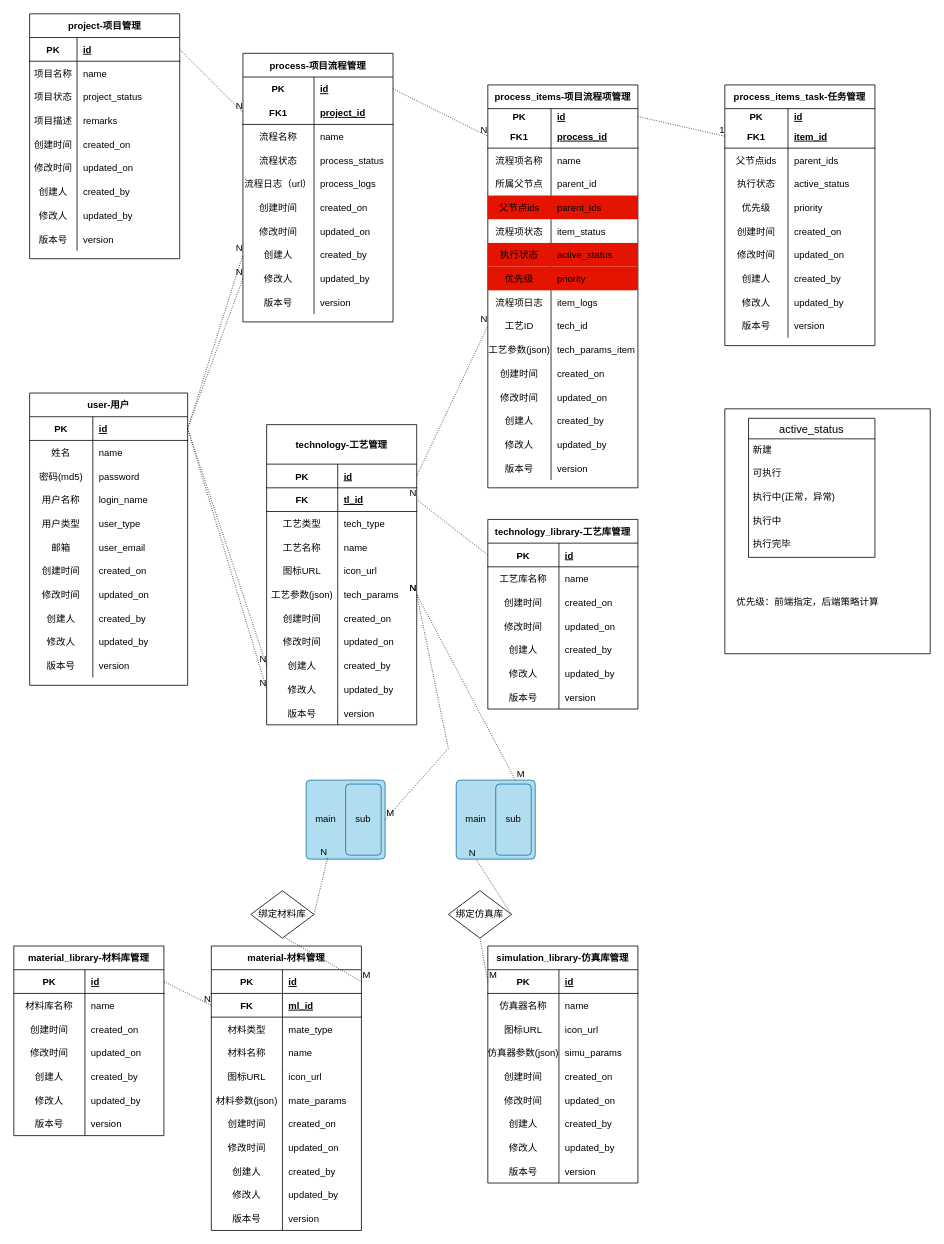
yezhen701/VTCAD keeps this draw.io diagram as doc/webVTCadDatabase.drawio. Above is the earlier version. Source tidied: cells renumbered, new cells numbered last; positions are measured from the earlier drawing's top-left corner, leaving out a move shared by most shapes. Both pictures are drawn from the tidied source at 79%, with x=0, y=0 at pixel (13, 13).
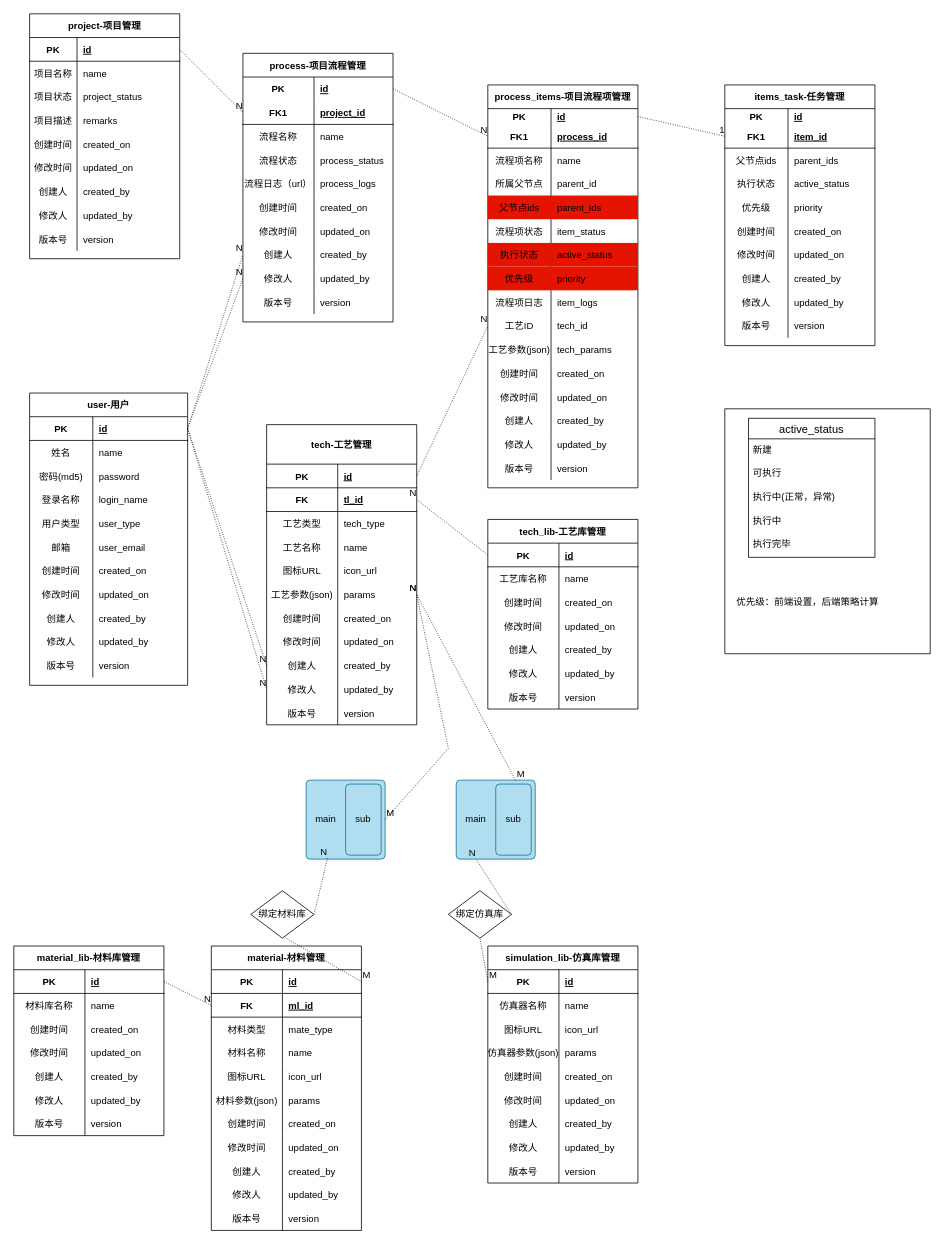
The same diagram, later.

Unchanged cells that the change refers to:
```xml
<mxCell id="12" style="shape=partialRectangle;fillColor=none;top=0;left=0;bottom=0;right=0;" parent="2" vertex="1">
  <mxGeometry y="120" width="200" height="30" as="geometry" />
</mxCell>
<mxCell id="80" style="shape=partialRectangle;fillColor=none;top=0;left=0;bottom=0;right=0;" parent="64" vertex="1">
  <mxGeometry y="180" width="190" height="30" as="geometry" />
</mxCell>
<mxCell id="114" style="shape=partialRectangle;fillColor=none;top=0;left=0;bottom=0;right=0;points=[[0,0.5],[1,0.5]];portConstraint=eastwest;" parent="98" vertex="1">
  <mxGeometry y="200" width="190" height="30" as="geometry" />
</mxCell>
<mxCell id="142" style="shape=partialRectangle;fillColor=none;top=0;left=0;bottom=0;right=0;" parent="132" vertex="1">
  <mxGeometry y="120" width="190" height="30" as="geometry" />
</mxCell>
<mxCell id="191" style="shape=partialRectangle;fillColor=none;top=0;left=0;bottom=0;right=0;" parent="160" vertex="1">
  <mxGeometry y="320" width="190" height="30" as="geometry" />
</mxCell>
<mxCell id="302" style="swimlane;startSize=0;" parent="1" vertex="1">
  <mxGeometry x="900" y="500" width="260" height="310" as="geometry" />
</mxCell>
```

The edit, as a diff of the source:
```diff
@@
-    <mxCell id="13" value="用户名称" style="shape=partialRectangle;fillColor=none;top=0;left=0;bottom=0;right=0;overflow=hidden;" parent="12" vertex="1">
+    <mxCell id="13" value="登录名称" style="shape=partialRectangle;fillColor=none;top=0;left=0;bottom=0;right=0;overflow=hidden;" parent="12" vertex="1">
       <mxGeometry width="80" height="30" as="geometry" />
     </mxCell>
@@
-    <mxCell id="82" value="mate_params" style="shape=partialRectangle;fillColor=none;top=0;left=0;bottom=0;right=0;align=left;spacingLeft=6;overflow=hidden;" parent="80" vertex="1">
+    <mxCell id="82" value="params" style="shape=partialRectangle;fillColor=none;top=0;left=0;bottom=0;right=0;align=left;spacingLeft=6;overflow=hidden;" parent="80" vertex="1">
       <mxGeometry x="90" width="100" height="30" as="geometry" />
     </mxCell>
@@
-    <mxCell id="98" value="technology-工艺管理" style="shape=table;startSize=50;childLayout=tableLayout;rowLines=0;fontStyle=1;align=center;" parent="1" vertex="1">
+    <mxCell id="98" value="tech-工艺管理" style="shape=table;startSize=50;childLayout=tableLayout;rowLines=0;fontStyle=1;align=center;" parent="1" vertex="1">
       <mxGeometry x="320" y="520" width="190" height="380" as="geometry" />
     </mxCell>
@@
-    <mxCell id="116" value="tech_params" style="shape=partialRectangle;fillColor=none;top=0;left=0;bottom=0;right=0;align=left;spacingLeft=6;overflow=hidden;" parent="114" vertex="1">
+    <mxCell id="116" value="params" style="shape=partialRectangle;fillColor=none;top=0;left=0;bottom=0;right=0;align=left;spacingLeft=6;overflow=hidden;" parent="114" vertex="1">
       <mxGeometry x="90" width="100" height="30" as="geometry" />
     </mxCell>
@@
-    <mxCell id="132" value="simulation_library-仿真库管理" style="shape=table;startSize=30;childLayout=tableLayout;rowLines=0;fontStyle=1;align=center;" parent="1" vertex="1">
+    <mxCell id="132" value="simulation_lib-仿真库管理" style="shape=table;startSize=30;childLayout=tableLayout;rowLines=0;fontStyle=1;align=center;" parent="1" vertex="1">
       <mxGeometry x="600" y="1180" width="190" height="300" as="geometry" />
     </mxCell>
@@
-    <mxCell id="144" value="simu_params" style="shape=partialRectangle;fillColor=none;top=0;left=0;bottom=0;right=0;align=left;spacingLeft=6;overflow=hidden;" parent="142" vertex="1">
+    <mxCell id="144" value="params" style="shape=partialRectangle;fillColor=none;top=0;left=0;bottom=0;right=0;align=left;spacingLeft=6;overflow=hidden;" parent="142" vertex="1">
       <mxGeometry x="90" width="100" height="30" as="geometry" />
     </mxCell>
@@
-    <mxCell id="193" value="tech_params_item" style="shape=partialRectangle;fillColor=none;top=0;left=0;bottom=0;right=0;align=left;spacingLeft=6;overflow=hidden;" parent="191" vertex="1">
+    <mxCell id="193" value="tech_params" style="shape=partialRectangle;fillColor=none;top=0;left=0;bottom=0;right=0;align=left;spacingLeft=6;overflow=hidden;" parent="191" vertex="1">
       <mxGeometry x="80" width="110" height="30" as="geometry" />
     </mxCell>
@@
-    <mxCell id="254" value="material_library-材料库管理" style="shape=table;startSize=30;childLayout=tableLayout;rowLines=0;fontStyle=1;align=center;" parent="1" vertex="1">
+    <mxCell id="254" value="material_lib-材料库管理" style="shape=table;startSize=30;childLayout=tableLayout;rowLines=0;fontStyle=1;align=center;" parent="1" vertex="1">
       <mxGeometry y="1180" width="190" height="240" as="geometry" />
     </mxCell>
@@
-    <mxCell id="278" value="technology_library-工艺库管理" style="shape=table;startSize=30;childLayout=tableLayout;rowLines=0;fontStyle=1;align=center;" parent="1" vertex="1">
+    <mxCell id="278" value="tech_lib-工艺库管理" style="shape=table;startSize=30;childLayout=tableLayout;rowLines=0;fontStyle=1;align=center;" parent="1" vertex="1">
       <mxGeometry x="600" y="640" width="190" height="240" as="geometry" />
     </mxCell>
@@
-    <mxCell id="309" value="优先级：前端指定，后端策略计算" style="text;html=1;strokeColor=none;fillColor=none;align=center;verticalAlign=middle;whiteSpace=wrap;rounded=0;" parent="302" vertex="1">
+    <mxCell id="309" value="优先级：前端设置，后端策略计算" style="text;html=1;strokeColor=none;fillColor=none;align=center;verticalAlign=middle;whiteSpace=wrap;rounded=0;" parent="302" vertex="1">
       <mxGeometry x="10" y="230" width="190" height="30" as="geometry" />
     </mxCell>
-    <mxCell id="310" value="process_items_task-任务管理" style="shape=table;startSize=30;childLayout=tableLayout;rowLines=0;fontStyle=1;align=center;" parent="1" vertex="1">
+    <mxCell id="310" value="items_task-任务管理" style="shape=table;startSize=30;childLayout=tableLayout;rowLines=0;fontStyle=1;align=center;" parent="1" vertex="1">
       <mxGeometry x="900" y="90" width="190" height="330" as="geometry" />
     </mxCell>
```
